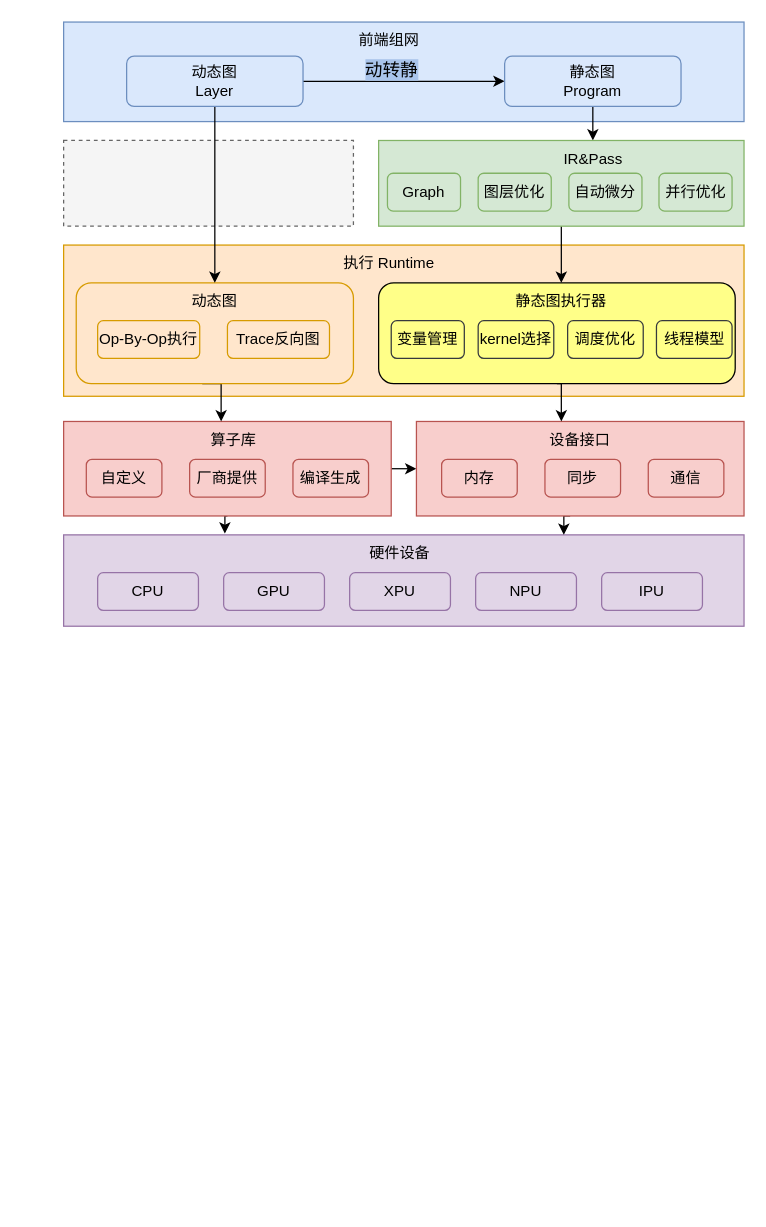
Above: page "第 1 页" (1 of 3) of paddle.drawio in zhiqiu/digrams (draw.io), before the change. Source tidied: cells renumbered, new cells numbered last; positions are measured from the earlier drawing's top-left corner, leaving out a move shared by most shapes. Both pictures are drawn from the tidied source at 126%, with x=0, y=0 at pixel (63, 21).
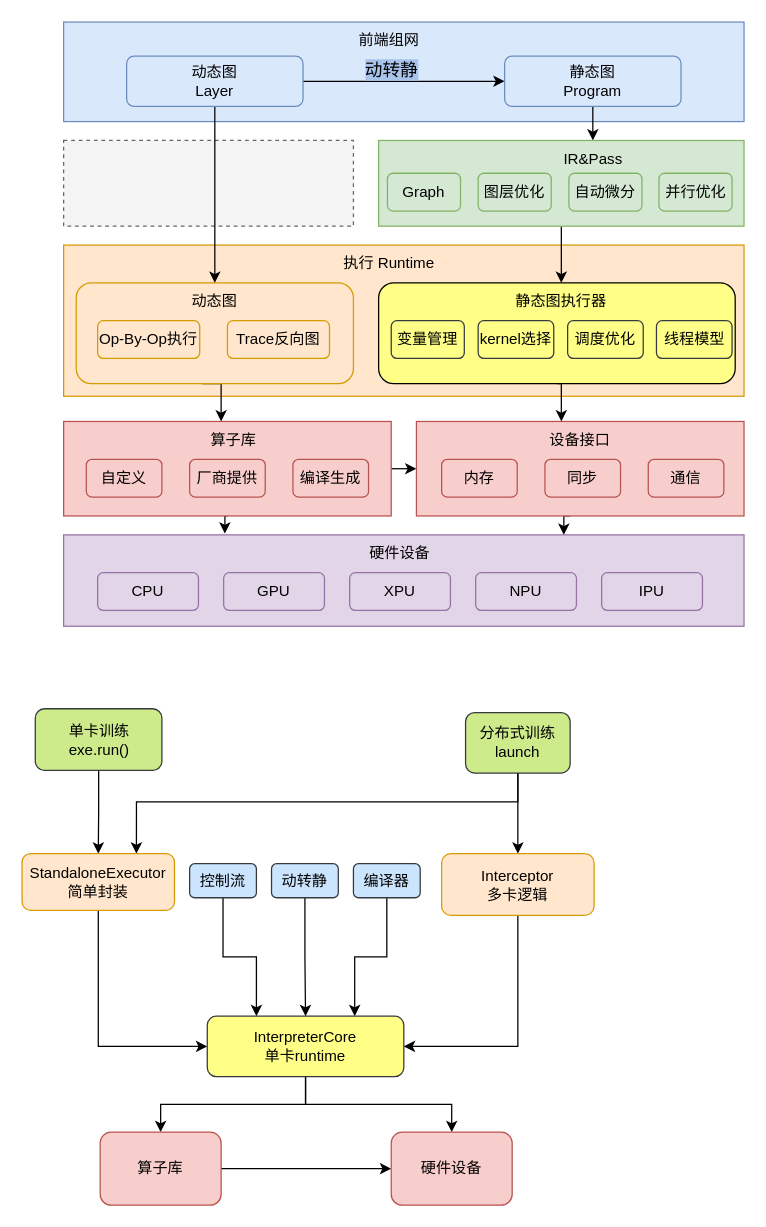
After the change.

The edit, as a diff of the source:
```diff
@@
+    <mxCell id="52" style="edgeStyle=orthogonalEdgeStyle;rounded=0;jettySize=auto;html=1;entryX=0.5;entryY=0;entryDx=0;entryDy=0;fontSize=14;" parent="1" edge="1" source="53" target="64">
+      <mxGeometry relative="1" as="geometry" />
+    </mxCell>
+    <mxCell id="53" value="单卡训练&lt;br&gt;exe.run()" style="rounded=1;whiteSpace=wrap;html=1;flipH=0;fillColor=#cdeb8b;strokeColor=#36393d;" parent="1" vertex="1">
+      <mxGeometry x="-22.5" y="545" width="100.5" height="49" as="geometry" />
+    </mxCell>
+    <mxCell id="54" style="edgeStyle=orthogonalEdgeStyle;rounded=0;jettySize=auto;html=1;entryX=0.25;entryY=0;entryDx=0;entryDy=0;fontSize=14;" parent="1" edge="1" source="55" target="67">
+      <mxGeometry relative="1" as="geometry" />
+    </mxCell>
+    <mxCell id="55" value="控制流" style="rounded=1;whiteSpace=wrap;html=1;flipH=0;fillColor=#cce5ff;strokeColor=#36393d;" parent="1" vertex="1">
+      <mxGeometry x="100" y="668" width="53" height="27" as="geometry" />
+    </mxCell>
+    <mxCell id="56" style="edgeStyle=orthogonalEdgeStyle;rounded=0;jettySize=auto;html=1;fontSize=14;" parent="1" edge="1" source="57" target="67">
+      <mxGeometry relative="1" as="geometry" />
+    </mxCell>
+    <mxCell id="57" value="动转静" style="rounded=1;whiteSpace=wrap;html=1;flipH=0;fillColor=#cce5ff;strokeColor=#36393d;" parent="1" vertex="1">
+      <mxGeometry x="165" y="668" width="53" height="27" as="geometry" />
+    </mxCell>
+    <mxCell id="58" style="edgeStyle=orthogonalEdgeStyle;rounded=0;jettySize=auto;html=1;entryX=0.75;entryY=0;entryDx=0;entryDy=0;fontSize=14;" parent="1" edge="1" source="59" target="67">
+      <mxGeometry relative="1" as="geometry" />
+    </mxCell>
+    <mxCell id="59" value="编译器" style="rounded=1;whiteSpace=wrap;html=1;flipH=0;fillColor=#cce5ff;strokeColor=#36393d;" parent="1" vertex="1">
+      <mxGeometry x="230" y="668" width="53" height="27" as="geometry" />
+    </mxCell>
+    <mxCell id="60" style="edgeStyle=orthogonalEdgeStyle;rounded=0;jettySize=auto;html=1;fontSize=14;entryX=0.5;entryY=0;entryDx=0;entryDy=0;" parent="1" edge="1" source="62" target="69">
+      <mxGeometry relative="1" as="geometry" />
+    </mxCell>
+    <mxCell id="61" style="edgeStyle=orthogonalEdgeStyle;rounded=0;jettySize=auto;html=1;entryX=0.75;entryY=0;entryDx=0;entryDy=0;fontSize=14;" parent="1" edge="1" source="62" target="64">
+      <mxGeometry relative="1" as="geometry">
+        <Array as="points">
+          <mxPoint x="361" y="619" />
+          <mxPoint x="58" y="619" />
+        </Array>
+      </mxGeometry>
+    </mxCell>
+    <mxCell id="62" value="分布式训练&lt;br&gt;launch" style="rounded=1;whiteSpace=wrap;html=1;flipH=0;fillColor=#cdeb8b;strokeColor=#36393d;" parent="1" vertex="1">
+      <mxGeometry x="319" y="548" width="83" height="48" as="geometry" />
+    </mxCell>
+    <mxCell id="63" style="edgeStyle=orthogonalEdgeStyle;rounded=0;jettySize=auto;html=1;entryX=0;entryY=0.5;entryDx=0;entryDy=0;fontSize=14;exitX=0.5;exitY=1;exitDx=0;exitDy=0;" parent="1" edge="1" source="64" target="67">
+      <mxGeometry relative="1" as="geometry" />
+    </mxCell>
+    <mxCell id="64" value="StandaloneExecutor&lt;br&gt;简单封装" style="rounded=1;whiteSpace=wrap;html=1;flipH=0;fillColor=#ffe6cc;strokeColor=#d79b00;" parent="1" vertex="1">
+      <mxGeometry x="-33" y="660" width="121" height="45" as="geometry" />
+    </mxCell>
+    <mxCell id="65" style="edgeStyle=orthogonalEdgeStyle;rounded=0;jettySize=auto;html=1;fontSize=14;entryX=0.5;entryY=0;entryDx=0;entryDy=0;exitX=0.5;exitY=1;exitDx=0;exitDy=0;" parent="1" edge="1" source="67" target="71">
+      <mxGeometry relative="1" as="geometry" />
+    </mxCell>
+    <mxCell id="66" style="edgeStyle=orthogonalEdgeStyle;rounded=0;jettySize=auto;html=1;entryX=0.5;entryY=0;entryDx=0;entryDy=0;fontSize=14;" parent="1" edge="1" source="67" target="72">
+      <mxGeometry relative="1" as="geometry" />
+    </mxCell>
+    <mxCell id="67" value="InterpreterCore&lt;br&gt;单卡runtime" style="rounded=1;whiteSpace=wrap;html=1;flipH=0;fillColor=#ffff88;strokeColor=#36393d;" parent="1" vertex="1">
+      <mxGeometry x="114" y="789" width="156" height="48" as="geometry" />
+    </mxCell>
+    <mxCell id="68" style="edgeStyle=orthogonalEdgeStyle;rounded=0;jettySize=auto;html=1;exitX=0.5;exitY=1;exitDx=0;exitDy=0;entryX=1;entryY=0.5;entryDx=0;entryDy=0;fontSize=14;" parent="1" edge="1" source="69" target="67">
+      <mxGeometry relative="1" as="geometry" />
+    </mxCell>
+    <mxCell id="69" value="Interceptor&lt;br&gt;多卡逻辑" style="rounded=1;whiteSpace=wrap;html=1;flipH=0;fillColor=#ffe6cc;strokeColor=#d79b00;" parent="1" vertex="1">
+      <mxGeometry x="300" y="660" width="121" height="49" as="geometry" />
+    </mxCell>
+    <mxCell id="70" style="edgeStyle=orthogonalEdgeStyle;rounded=0;jettySize=auto;html=1;entryX=0;entryY=0.5;entryDx=0;entryDy=0;fontSize=14;" parent="1" edge="1" source="71" target="72">
+      <mxGeometry relative="1" as="geometry" />
+    </mxCell>
+    <mxCell id="71" value="算子库" style="rounded=1;whiteSpace=wrap;html=1;fillColor=#f8cecc;strokeColor=#b85450;" parent="1" vertex="1">
+      <mxGeometry x="29" y="881" width="96" height="58" as="geometry" />
+    </mxCell>
+    <mxCell id="72" value="硬件设备" style="rounded=1;whiteSpace=wrap;html=1;fillColor=#f8cecc;strokeColor=#b85450;" parent="1" vertex="1">
+      <mxGeometry x="260" y="881" width="96" height="58" as="geometry" />
+    </mxCell>
```
